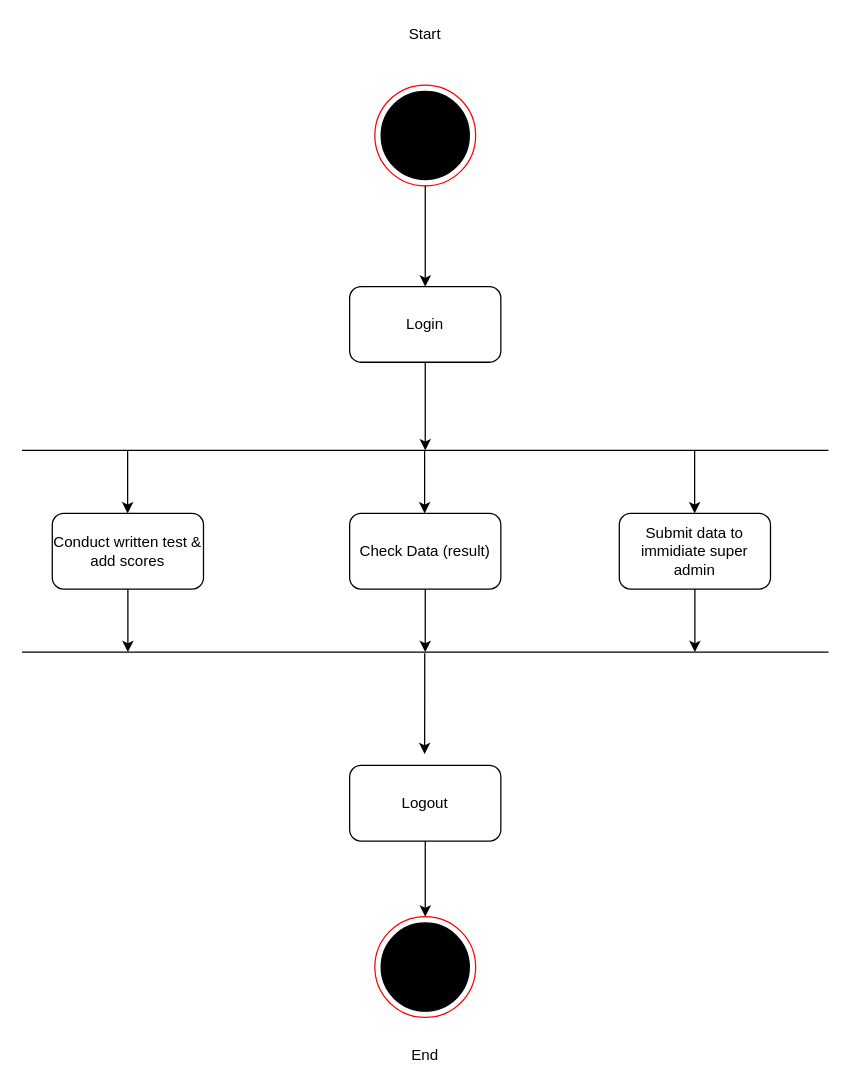
This is Documentation/Diagrams/Raw/Activity/Activity_Gramin_Written.drawio from phoenix-295/Police_Bharti, a draw.io file, before an edit. Source tidied: cells renumbered, new cells numbered last; positions are measured from the earlier drawing's top-left corner, leaving out a move shared by most shapes. Both pictures are drawn from the tidied source at 126%, with x=0, y=0 at pixel (21, 21).
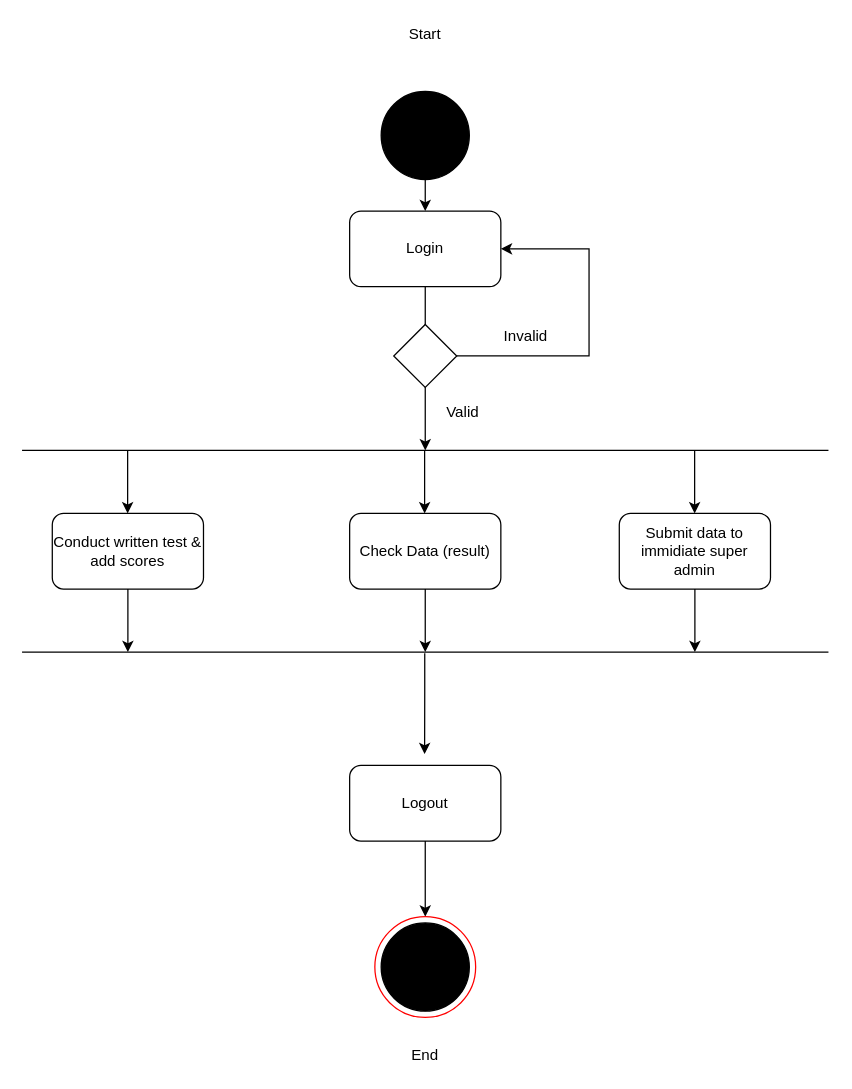
The same page after the edit.

The change refers to these unchanged cells:
```xml
<mxCell id="2" style="group;" parent="1" vertex="1">
  <mxGeometry x="280" y="50" width="80" height="80" as="geometry" />
</mxCell>
<mxCell id="4" style="ellipse;whiteSpace=wrap;html=1;fillColor=#000000;" parent="2" vertex="1">
  <mxGeometry x="5" y="5" width="70" height="70" as="geometry" />
</mxCell>
```

The edit, as a diff of the source:
```diff
@@
-    <mxCell id="3" style="ellipse;whiteSpace=wrap;html=1;strokeColor=#FF0000;" parent="2" vertex="1">
-      <mxGeometry width="80" height="80" as="geometry" />
-    </mxCell>
@@
     <mxCell id="7" value="Login" style="rounded=1;whiteSpace=wrap;html=1;" parent="1" vertex="1">
-      <mxGeometry x="260" y="210" width="120" height="60" as="geometry" />
+      <mxGeometry x="260" y="150" width="120" height="60" as="geometry" />
     </mxCell>
@@
-    <mxCell id="26" style="edgeStyle=orthogonalEdgeStyle;rounded=0;jettySize=auto;html=1;exitX=0.5;exitY=1;exitDx=0;exitDy=0;entryX=0.5;entryY=0;entryDx=0;entryDy=0;" parent="1" edge="1" source="3" target="7">
+    <mxCell id="26" style="edgeStyle=orthogonalEdgeStyle;rounded=0;jettySize=auto;html=1;exitX=0.5;exitY=1;exitDx=0;exitDy=0;entryX=0.5;entryY=0;entryDx=0;entryDy=0;" parent="1" edge="1" source="4" target="7">
       <mxGeometry relative="1" as="geometry" />
     </mxCell>
+    <mxCell id="27" style="edgeStyle=orthogonalEdgeStyle;rounded=0;jettySize=auto;html=1;exitX=1;exitY=0.5;exitDx=0;exitDy=0;entryX=1;entryY=0.5;entryDx=0;entryDy=0;" parent="1" edge="1" source="28" target="7">
+      <mxGeometry relative="1" as="geometry">
+        <Array as="points">
+          <mxPoint x="450" y="265" />
+          <mxPoint x="450" y="180" />
+        </Array>
+      </mxGeometry>
+    </mxCell>
+    <mxCell id="28" style="rhombus;whiteSpace=wrap;html=1;" parent="1" vertex="1">
+      <mxGeometry x="295" y="240" width="50" height="50" as="geometry" />
+    </mxCell>
+    <mxCell id="29" value="Invalid" style="text;html=1;strokeColor=none;fillColor=none;align=center;verticalAlign=middle;whiteSpace=wrap;rounded=0;" parent="1" vertex="1">
+      <mxGeometry x="380" y="240" width="40" height="20" as="geometry" />
+    </mxCell>
+    <mxCell id="30" value="Valid" style="text;html=1;strokeColor=none;fillColor=none;align=center;verticalAlign=middle;whiteSpace=wrap;rounded=0;" parent="1" vertex="1">
+      <mxGeometry x="330" y="300" width="40" height="20" as="geometry" />
+    </mxCell>
```
